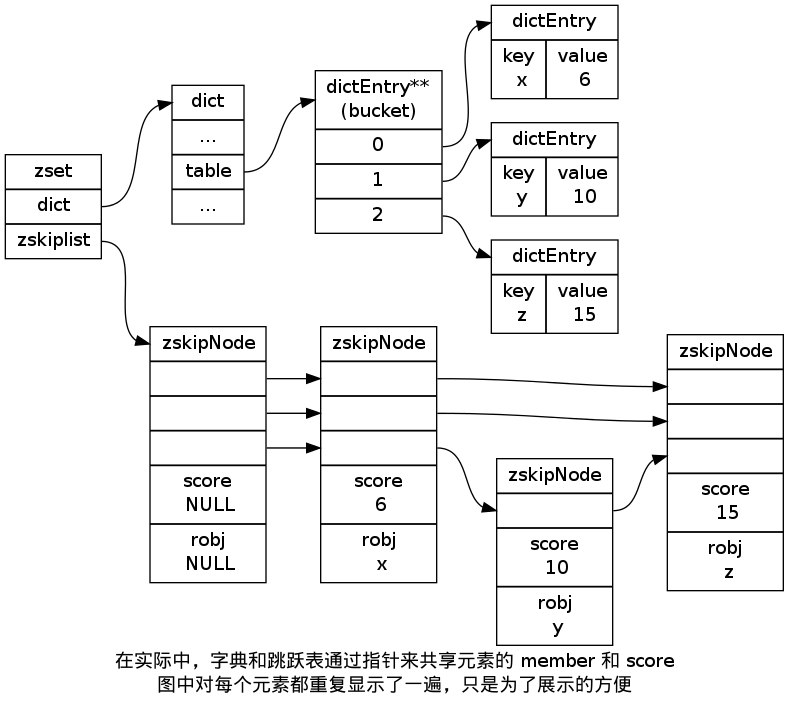
Earlier version of the Graphviz export datatype/image/zset.png (huangzworks/redisbook). Its source is kept beside it as datatype/image/zset.dot. The source it was exported from:
```dot
digraph zset {
    rankdir = LR;
    node [shape = record];

    label = "在实际中，字典和跳跃表通过指针来共享元素的 member 和 score\n图中对每个元素都重复显示了一遍，只是为了展示的方便";

    zset [label = "<head>zset |<dict>dict |<zskiplist> zskiplist"];


    skiplist [label ="<head>zskipNode |<3> |<2> |<1> |<score>score\n NULL |<robj>robj\n NULL"];
    six [label = "<head>zskipNode |<3> |<2> |<1> |<score>score\n 6 |<robj>robj\n x"];
    ten [label = "<head>zskipNode | <1> |<score>score\n 10 |<robj>robj\n y"];
    fiften [label = "<head>zskipNode |<3> |<2> |<1> |<score>score\n 15 |<robj>robj\n z"];

    zset:dict -> dict:head;
    zset:zskiplist -> skiplist:head;
    skiplist:3 -> six:3;
    skiplist:2 -> six:2;
    skiplist:1 -> six:1;
    six:1 -> ten:1;
    six:2 -> fiften:2;
    six:3 -> fiften:3;
    ten:1 -> fiften:1;



    dict [label = "<head>dict | ... |<table> table | ..."];
    bucket [label = "<head>dictEntry**\n(bucket) |<0> 0 |<1> 1 |<2> 2"];
    entry_x [label = "<head>dictEntry |{<key>key\n x |<value>value\n 6}"];
    entry_y [label = "<head>dictEntry |{<key>key\n y |<value>value\n 10}"];
    entry_z [label = "<head>dictEntry |{<key>key\n z |<value>value\n 15}"];

    dict:table -> bucket:head;

    bucket:0 -> entry_x:head;
    bucket:1 -> entry_y:head;
    bucket:2 -> entry_z:head;

}
```
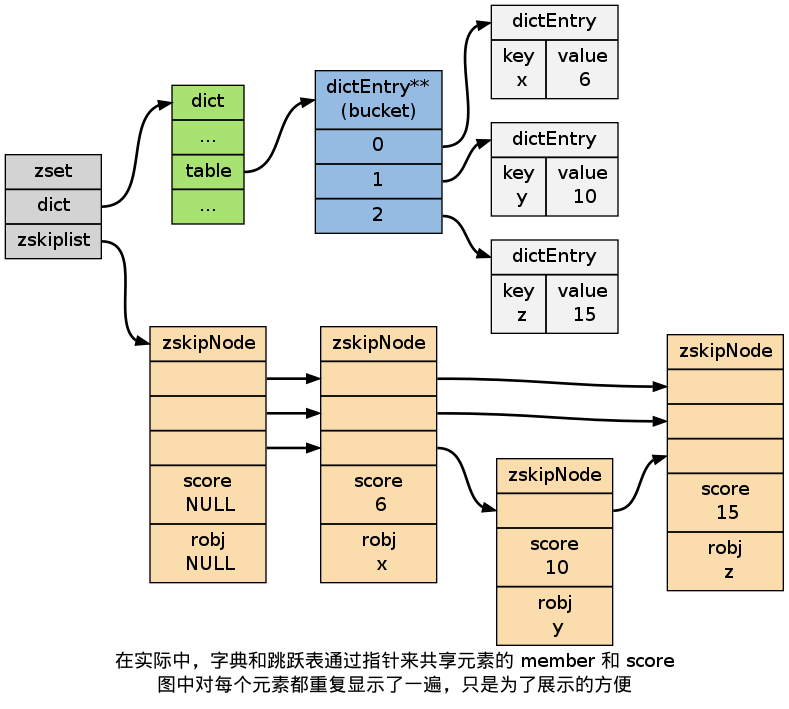
Above is the later version.

Diff of the diagram source:
```diff
@@ -1,16 +1,20 @@
 digraph zset {
+
     rankdir = LR;
-    node [shape = record];
+
+    node [shape = record, style = filled];
+
+    edge [style = bold];
 
     label = "在实际中，字典和跳跃表通过指针来共享元素的 member 和 score\n图中对每个元素都重复显示了一遍，只是为了展示的方便";
 
     zset [label = "<head>zset |<dict>dict |<zskiplist> zskiplist"];
 
 
-    skiplist [label ="<head>zskipNode |<3> |<2> |<1> |<score>score\n NULL |<robj>robj\n NULL"];
-    six [label = "<head>zskipNode |<3> |<2> |<1> |<score>score\n 6 |<robj>robj\n x"];
-    ten [label = "<head>zskipNode | <1> |<score>score\n 10 |<robj>robj\n y"];
-    fiften [label = "<head>zskipNode |<3> |<2> |<1> |<score>score\n 15 |<robj>robj\n z"];
+    skiplist [label ="<head>zskipNode |<3> |<2> |<1> |<score>score\n NULL |<robj>robj\n NULL", fillcolor = "#FADCAD"];
+    six [label = "<head>zskipNode |<3> |<2> |<1> |<score>score\n 6 |<robj>robj\n x", fillcolor = "#FADCAD"];
+    ten [label = "<head>zskipNode | <1> |<score>score\n 10 |<robj>robj\n y", fillcolor = "#FADCAD"];
+    fiften [label = "<head>zskipNode |<3> |<2> |<1> |<score>score\n 15 |<robj>robj\n z", fillcolor = "#FADCAD"];
 
     zset:dict -> dict:head;
     zset:zskiplist -> skiplist:head;
@@ -24,11 +28,11 @@
 
 
 
-    dict [label = "<head>dict | ... |<table> table | ..."];
-    bucket [label = "<head>dictEntry**\n(bucket) |<0> 0 |<1> 1 |<2> 2"];
-    entry_x [label = "<head>dictEntry |{<key>key\n x |<value>value\n 6}"];
-    entry_y [label = "<head>dictEntry |{<key>key\n y |<value>value\n 10}"];
-    entry_z [label = "<head>dictEntry |{<key>key\n z |<value>value\n 15}"];
+    dict [label = "<head>dict | ... |<table> table | ...", fillcolor = "#A8E270"];
+    bucket [label = "<head>dictEntry**\n(bucket) |<0> 0 |<1> 1 |<2> 2", fillcolor = "#95BBE3"];
+    entry_x [label = "<head>dictEntry |{<key>key\n x |<value>value\n 6}", fillcolor = "#F2F2F2"];
+    entry_y [label = "<head>dictEntry |{<key>key\n y |<value>value\n 10}", fillcolor = "#F2F2F2"];
+    entry_z [label = "<head>dictEntry |{<key>key\n z |<value>value\n 15}", fillcolor = "#F2F2F2"];
 
     dict:table -> bucket:head;
 
```
